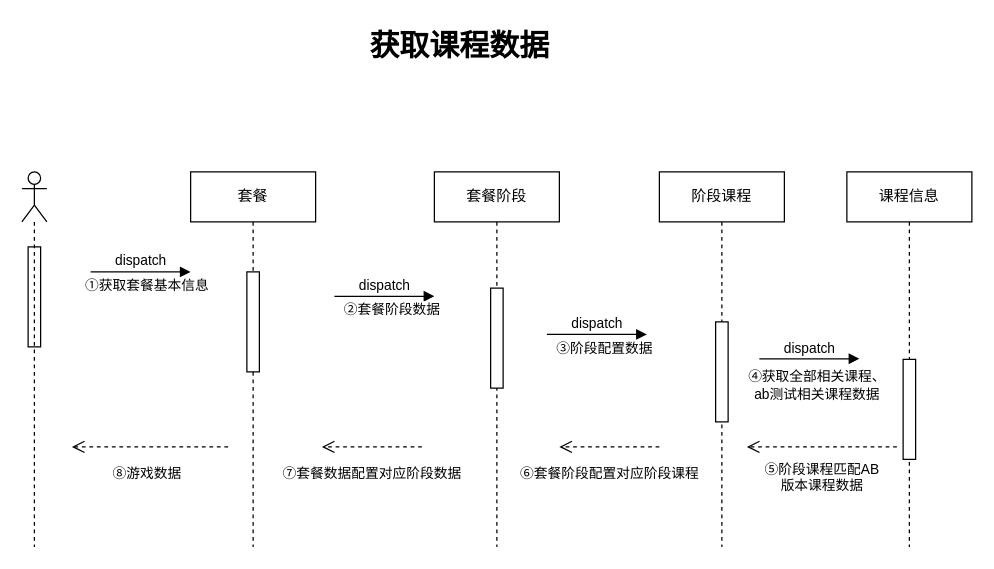
Earlier version of the draw.io diagram page "获取课程数据" (1 of 2) of 学习/Untitled Diagram.drawio (yellowseatag/myweb). Source tidied: cells renumbered, new cells numbered last; positions are measured from the earlier drawing's top-left corner, leaving out a move shared by most shapes. Both pictures are drawn from the tidied source at 125%, with x=0, y=0 at pixel (21, 21).
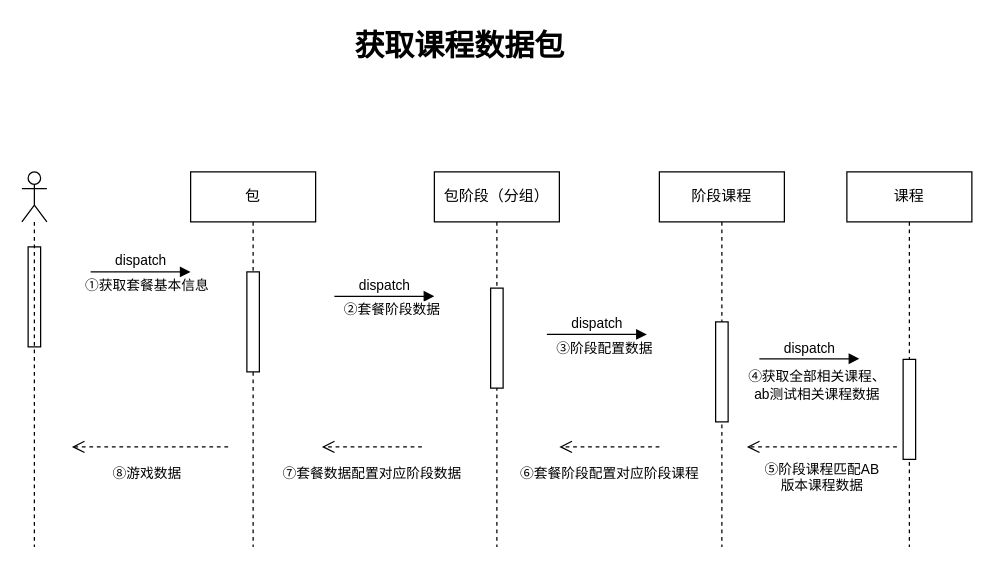
The same diagram, later.

The edit, as a diff of the source:
```diff
@@
-    <mxCell id="2" value="获取课程数据" style="text;strokeColor=none;fillColor=none;html=1;fontSize=24;fontStyle=1;verticalAlign=middle;align=center;" parent="1" vertex="1">
+    <mxCell id="2" value="获取课程数据包" style="text;strokeColor=none;fillColor=none;html=1;fontSize=24;fontStyle=1;verticalAlign=middle;align=center;" parent="1" vertex="1">
       <mxGeometry x="300" width="100" height="40" as="geometry" />
     </mxCell>
@@
-    <mxCell id="5" value="套餐" style="shape=umlLifeline;perimeter=lifelinePerimeter;whiteSpace=wrap;html=1;" parent="1" vertex="1">
+    <mxCell id="5" value="包" style="shape=umlLifeline;perimeter=lifelinePerimeter;whiteSpace=wrap;html=1;" parent="1" vertex="1">
       <mxGeometry x="135" y="120" width="100" height="300" as="geometry" />
     </mxCell>
@@
-    <mxCell id="8" value="&lt;span&gt;套餐阶段&lt;/span&gt;" style="shape=umlLifeline;perimeter=lifelinePerimeter;whiteSpace=wrap;html=1;" parent="1" vertex="1">
+    <mxCell id="8" value="&lt;span&gt;包阶段（分组）&lt;/span&gt;" style="shape=umlLifeline;perimeter=lifelinePerimeter;whiteSpace=wrap;html=1;" parent="1" vertex="1">
       <mxGeometry x="330" y="120" width="100" height="300" as="geometry" />
     </mxCell>
@@
-    <mxCell id="11" value="&lt;span&gt;课程信息&lt;/span&gt;" style="shape=umlLifeline;perimeter=lifelinePerimeter;whiteSpace=wrap;html=1;" parent="1" vertex="1">
+    <mxCell id="11" value="&lt;span&gt;课程&lt;br&gt;&lt;/span&gt;" style="shape=umlLifeline;perimeter=lifelinePerimeter;whiteSpace=wrap;html=1;" parent="1" vertex="1">
       <mxGeometry x="660" y="120" width="100" height="300" as="geometry" />
     </mxCell>
```
